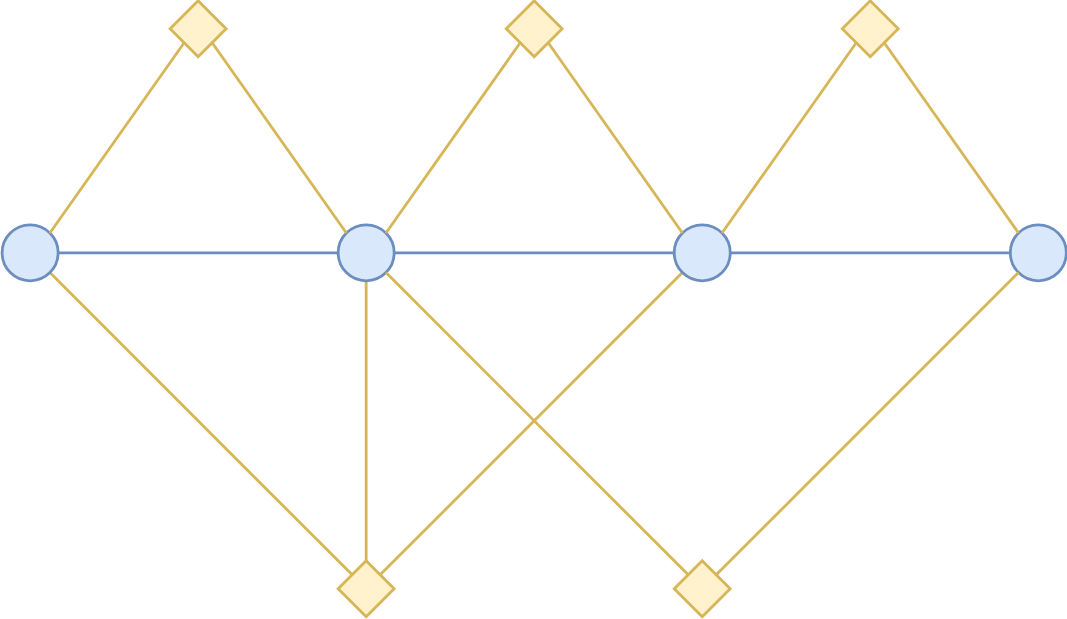
Above: source/images/homeomorphic-graph.svg in IshitaTakeshi/ishitatakeshi.github.io (draw.io), before the change. Source tidied: cells renumbered, new cells last; positions are measured from the earlier drawing's top-left corner, leaving out a move shared by most shapes.
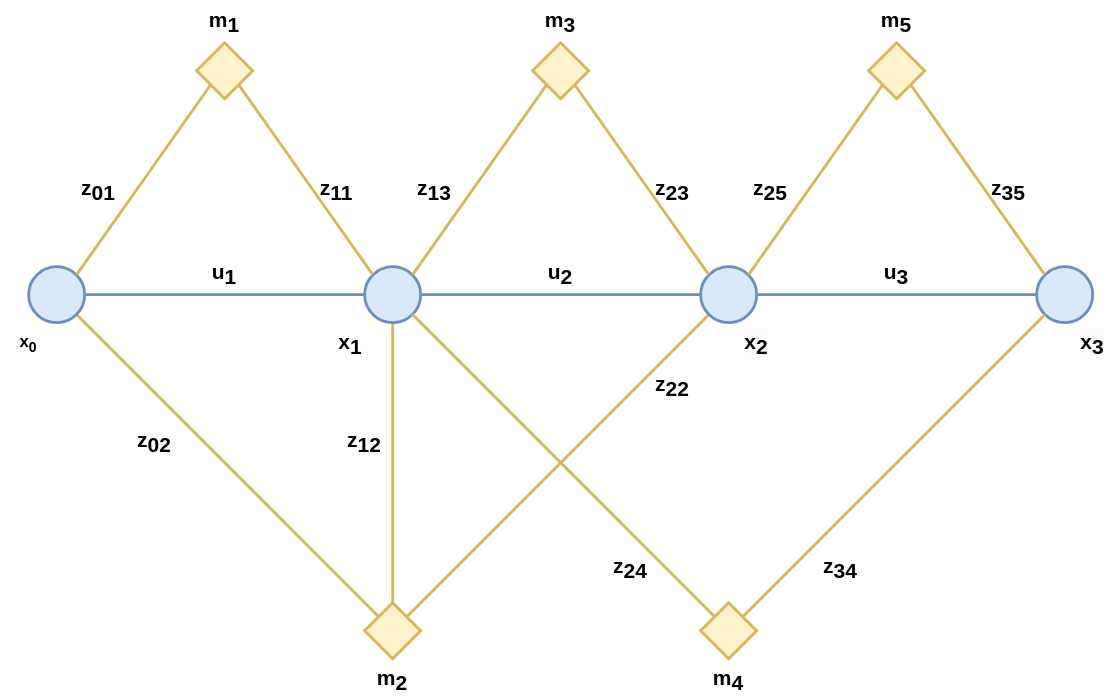
Later version of the same file.

Commit message:
Add notation to the graph

The edit, as a diff of the source:
```diff
@@ -2,74 +2,143 @@
   <root>
     <mxCell id="0" />
     <mxCell id="1" parent="0" />
-    <mxCell id="2" style="edgeStyle=none;rounded=0;jettySize=auto;html=1;exitX=1;exitY=0.5;exitDx=0;exitDy=0;entryX=0;entryY=0.5;entryDx=0;entryDy=0;startArrow=none;startFill=0;endArrow=none;endFill=0;fillColor=#dae8fc;strokeColor=#6c8ebf;strokeWidth=2;" parent="1" edge="1" source="4" target="10">
+    <mxCell id="2" style="edgeStyle=none;rounded=0;jettySize=auto;html=1;exitX=1;exitY=0.5;exitDx=0;exitDy=0;entryX=0;entryY=0.5;entryDx=0;entryDy=0;startArrow=none;startFill=0;endArrow=none;endFill=0;fillColor=#dae8fc;strokeColor=#6c8ebf;strokeWidth=2;fontSize=15;" parent="1" edge="1" source="4" target="10">
       <mxGeometry relative="1" as="geometry" />
     </mxCell>
-    <mxCell id="3" style="edgeStyle=none;rounded=0;jettySize=auto;html=1;exitX=0.5;exitY=1;exitDx=0;exitDy=0;entryX=0.5;entryY=0;entryDx=0;entryDy=0;endArrow=none;endFill=0;fillColor=#fff2cc;strokeColor=#d6b656;strokeWidth=2;" parent="1" edge="1" source="4" target="24">
+    <mxCell id="3" style="edgeStyle=none;rounded=0;jettySize=auto;html=1;exitX=0.5;exitY=1;exitDx=0;exitDy=0;entryX=0.5;entryY=0;entryDx=0;entryDy=0;endArrow=none;endFill=0;fillColor=#fff2cc;strokeColor=#d6b656;strokeWidth=2;fontSize=15;" parent="1" edge="1" source="4" target="24">
       <mxGeometry relative="1" as="geometry" />
     </mxCell>
-    <mxCell id="4" style="ellipse;whiteSpace=wrap;html=1;fillColor=#dae8fc;strokeColor=#6c8ebf;strokeWidth=2;" parent="1" vertex="1">
+    <mxCell id="4" style="ellipse;whiteSpace=wrap;html=1;fillColor=#dae8fc;strokeColor=#6c8ebf;strokeWidth=2;fontSize=15;" parent="1" vertex="1">
       <mxGeometry x="240" y="160" width="40" height="40" as="geometry" />
     </mxCell>
-    <mxCell id="5" style="edgeStyle=none;rounded=0;jettySize=auto;html=1;exitX=1;exitY=0.5;exitDx=0;exitDy=0;entryX=0;entryY=0.5;entryDx=0;entryDy=0;startArrow=none;startFill=0;endArrow=none;endFill=0;fillColor=#dae8fc;strokeColor=#6c8ebf;strokeWidth=2;" parent="1" edge="1" source="7" target="4">
+    <mxCell id="5" style="edgeStyle=none;rounded=0;jettySize=auto;html=1;exitX=1;exitY=0.5;exitDx=0;exitDy=0;entryX=0;entryY=0.5;entryDx=0;entryDy=0;startArrow=none;startFill=0;endArrow=none;endFill=0;fillColor=#dae8fc;strokeColor=#6c8ebf;strokeWidth=2;fontSize=15;" parent="1" edge="1" source="7" target="4">
       <mxGeometry relative="1" as="geometry" />
     </mxCell>
-    <mxCell id="6" style="rounded=0;jettySize=auto;html=1;exitX=1;exitY=1;exitDx=0;exitDy=0;entryX=0;entryY=0;entryDx=0;entryDy=0;endArrow=none;endFill=0;fillColor=#fff2cc;strokeColor=#d6b656;strokeWidth=2;" parent="1" edge="1" source="7" target="24">
+    <mxCell id="6" style="rounded=0;jettySize=auto;html=1;exitX=1;exitY=1;exitDx=0;exitDy=0;entryX=0;entryY=0;entryDx=0;entryDy=0;endArrow=none;endFill=0;fillColor=#fff2cc;strokeColor=#d6b656;strokeWidth=2;fontSize=15;" parent="1" edge="1" source="7" target="24">
       <mxGeometry relative="1" as="geometry" />
     </mxCell>
-    <mxCell id="7" style="ellipse;whiteSpace=wrap;html=1;fillColor=#dae8fc;strokeColor=#6c8ebf;strokeWidth=2;" parent="1" vertex="1">
+    <mxCell id="7" style="ellipse;whiteSpace=wrap;html=1;fillColor=#dae8fc;strokeColor=#6c8ebf;strokeWidth=2;fontSize=15;" parent="1" vertex="1">
       <mxGeometry y="160" width="40" height="40" as="geometry" />
     </mxCell>
-    <mxCell id="8" style="rounded=0;jettySize=auto;html=1;entryX=0;entryY=0.5;entryDx=0;entryDy=0;endArrow=none;endFill=0;startArrow=none;startFill=0;exitX=1;exitY=0.5;exitDx=0;exitDy=0;fillColor=#dae8fc;strokeColor=#6c8ebf;strokeWidth=2;" parent="1" edge="1" source="10" target="11">
+    <mxCell id="8" style="rounded=0;jettySize=auto;html=1;entryX=0;entryY=0.5;entryDx=0;entryDy=0;endArrow=none;endFill=0;startArrow=none;startFill=0;exitX=1;exitY=0.5;exitDx=0;exitDy=0;fillColor=#dae8fc;strokeColor=#6c8ebf;strokeWidth=2;fontSize=15;" parent="1" edge="1" source="10" target="11">
       <mxGeometry relative="1" as="geometry" />
     </mxCell>
-    <mxCell id="9" style="edgeStyle=none;rounded=0;jettySize=auto;html=1;exitX=0;exitY=1;exitDx=0;exitDy=0;entryX=1;entryY=0;entryDx=0;entryDy=0;endArrow=none;endFill=0;fillColor=#fff2cc;strokeColor=#d6b656;strokeWidth=2;" parent="1" edge="1" source="10" target="24">
+    <mxCell id="9" style="edgeStyle=none;rounded=0;jettySize=auto;html=1;exitX=0;exitY=1;exitDx=0;exitDy=0;entryX=1;entryY=0;entryDx=0;entryDy=0;endArrow=none;endFill=0;fillColor=#fff2cc;strokeColor=#d6b656;strokeWidth=2;fontSize=15;" parent="1" edge="1" source="10" target="24">
       <mxGeometry relative="1" as="geometry" />
     </mxCell>
-    <mxCell id="10" style="ellipse;whiteSpace=wrap;html=1;fillColor=#dae8fc;strokeColor=#6c8ebf;strokeWidth=2;" parent="1" vertex="1">
+    <mxCell id="10" style="ellipse;whiteSpace=wrap;html=1;fillColor=#dae8fc;strokeColor=#6c8ebf;strokeWidth=2;fontSize=15;" parent="1" vertex="1">
       <mxGeometry x="480" y="160" width="40" height="40" as="geometry" />
     </mxCell>
-    <mxCell id="11" style="ellipse;whiteSpace=wrap;html=1;fillColor=#dae8fc;strokeColor=#6c8ebf;strokeWidth=2;" parent="1" vertex="1">
+    <mxCell id="11" style="ellipse;whiteSpace=wrap;html=1;fillColor=#dae8fc;strokeColor=#6c8ebf;strokeWidth=2;fontSize=15;" parent="1" vertex="1">
       <mxGeometry x="720" y="160" width="40" height="40" as="geometry" />
     </mxCell>
-    <mxCell id="12" style="edgeStyle=none;rounded=0;jettySize=auto;html=1;exitX=1;exitY=1;exitDx=0;exitDy=0;entryX=0;entryY=0;entryDx=0;entryDy=0;startArrow=none;startFill=0;endArrow=none;endFill=0;fillColor=#fff2cc;strokeColor=#d6b656;strokeWidth=2;" parent="1" edge="1" source="13" target="4">
+    <mxCell id="12" style="edgeStyle=none;rounded=0;jettySize=auto;html=1;exitX=1;exitY=1;exitDx=0;exitDy=0;entryX=0;entryY=0;entryDx=0;entryDy=0;startArrow=none;startFill=0;endArrow=none;endFill=0;fillColor=#fff2cc;strokeColor=#d6b656;strokeWidth=2;fontSize=15;" parent="1" edge="1" source="13" target="4">
       <mxGeometry relative="1" as="geometry" />
     </mxCell>
-    <mxCell id="13" style="rhombus;whiteSpace=wrap;html=1;fillColor=#fff2cc;strokeColor=#d6b656;strokeWidth=2;" parent="1" vertex="1">
+    <mxCell id="13" style="rhombus;whiteSpace=wrap;html=1;fillColor=#fff2cc;strokeColor=#d6b656;strokeWidth=2;fontSize=15;" parent="1" vertex="1">
       <mxGeometry x="120" width="40" height="40" as="geometry" />
     </mxCell>
-    <mxCell id="14" style="endArrow=none;html=1;rounded=0;exitX=1;exitY=0;exitDx=0;exitDy=0;entryX=0;entryY=1;entryDx=0;entryDy=0;fillColor=#fff2cc;strokeColor=#d6b656;strokeWidth=2;" parent="1" edge="1" source="7" target="13">
+    <mxCell id="14" style="endArrow=none;html=1;rounded=0;exitX=1;exitY=0;exitDx=0;exitDy=0;entryX=0;entryY=1;entryDx=0;entryDy=0;fillColor=#fff2cc;strokeColor=#d6b656;strokeWidth=2;fontSize=15;" parent="1" edge="1" source="7" target="13">
       <mxGeometry relative="1" as="geometry" />
     </mxCell>
-    <mxCell id="15" style="rhombus;whiteSpace=wrap;html=1;fillColor=#fff2cc;strokeColor=#d6b656;strokeWidth=2;" parent="1" vertex="1">
+    <mxCell id="15" style="rhombus;whiteSpace=wrap;html=1;fillColor=#fff2cc;strokeColor=#d6b656;strokeWidth=2;fontSize=15;" parent="1" vertex="1">
       <mxGeometry x="480" y="400" width="40" height="40" as="geometry" />
     </mxCell>
-    <mxCell id="16" style="endArrow=none;html=1;rounded=0;entryX=0;entryY=0;entryDx=0;entryDy=0;exitX=1;exitY=1;exitDx=0;exitDy=0;fillColor=#fff2cc;strokeColor=#d6b656;strokeWidth=2;" parent="1" edge="1" source="4" target="15">
+    <mxCell id="16" style="endArrow=none;html=1;rounded=0;entryX=0;entryY=0;entryDx=0;entryDy=0;exitX=1;exitY=1;exitDx=0;exitDy=0;fillColor=#fff2cc;strokeColor=#d6b656;strokeWidth=2;fontSize=15;" parent="1" edge="1" source="4" target="15">
       <mxGeometry relative="1" as="geometry" />
     </mxCell>
-    <mxCell id="17" style="endArrow=none;html=1;rounded=0;entryX=0;entryY=1;entryDx=0;entryDy=0;exitX=1;exitY=0;exitDx=0;exitDy=0;fillColor=#fff2cc;strokeColor=#d6b656;strokeWidth=2;" parent="1" edge="1" source="15" target="11">
+    <mxCell id="17" style="endArrow=none;html=1;rounded=0;entryX=0;entryY=1;entryDx=0;entryDy=0;exitX=1;exitY=0;exitDx=0;exitDy=0;fillColor=#fff2cc;strokeColor=#d6b656;strokeWidth=2;fontSize=15;" parent="1" edge="1" source="15" target="11">
       <mxGeometry relative="1" as="geometry" />
     </mxCell>
-    <mxCell id="18" style="edgeStyle=none;rounded=0;jettySize=auto;html=1;exitX=1;exitY=1;exitDx=0;exitDy=0;entryX=0;entryY=0;entryDx=0;entryDy=0;startArrow=none;startFill=0;endArrow=none;endFill=0;fillColor=#fff2cc;strokeColor=#d6b656;strokeWidth=2;" parent="1" edge="1" source="19" target="10">
+    <mxCell id="18" style="edgeStyle=none;rounded=0;jettySize=auto;html=1;exitX=1;exitY=1;exitDx=0;exitDy=0;entryX=0;entryY=0;entryDx=0;entryDy=0;startArrow=none;startFill=0;endArrow=none;endFill=0;fillColor=#fff2cc;strokeColor=#d6b656;strokeWidth=2;fontSize=15;" parent="1" edge="1" source="19" target="10">
       <mxGeometry relative="1" as="geometry" />
     </mxCell>
-    <mxCell id="19" style="rhombus;whiteSpace=wrap;html=1;fillColor=#fff2cc;strokeColor=#d6b656;strokeWidth=2;" parent="1" vertex="1">
+    <mxCell id="19" style="rhombus;whiteSpace=wrap;html=1;fillColor=#fff2cc;strokeColor=#d6b656;strokeWidth=2;fontSize=15;" parent="1" vertex="1">
       <mxGeometry x="360" width="40" height="40" as="geometry" />
     </mxCell>
-    <mxCell id="20" style="endArrow=none;html=1;rounded=0;entryX=0;entryY=1;entryDx=0;entryDy=0;exitX=1;exitY=0;exitDx=0;exitDy=0;fillColor=#fff2cc;strokeColor=#d6b656;strokeWidth=2;" parent="1" edge="1" source="4" target="19">
+    <mxCell id="20" style="endArrow=none;html=1;rounded=0;entryX=0;entryY=1;entryDx=0;entryDy=0;exitX=1;exitY=0;exitDx=0;exitDy=0;fillColor=#fff2cc;strokeColor=#d6b656;strokeWidth=2;fontSize=15;" parent="1" edge="1" source="4" target="19">
       <mxGeometry relative="1" as="geometry" />
     </mxCell>
-    <mxCell id="21" style="edgeStyle=none;rounded=0;jettySize=auto;html=1;exitX=1;exitY=1;exitDx=0;exitDy=0;entryX=0;entryY=0;entryDx=0;entryDy=0;startArrow=none;startFill=0;endArrow=none;endFill=0;fillColor=#fff2cc;strokeColor=#d6b656;strokeWidth=2;" parent="1" edge="1" source="22" target="11">
+    <mxCell id="21" style="edgeStyle=none;rounded=0;jettySize=auto;html=1;exitX=1;exitY=1;exitDx=0;exitDy=0;entryX=0;entryY=0;entryDx=0;entryDy=0;startArrow=none;startFill=0;endArrow=none;endFill=0;fillColor=#fff2cc;strokeColor=#d6b656;strokeWidth=2;fontSize=15;" parent="1" edge="1" source="22" target="11">
       <mxGeometry relative="1" as="geometry" />
     </mxCell>
-    <mxCell id="22" style="rhombus;whiteSpace=wrap;html=1;fillColor=#fff2cc;strokeColor=#d6b656;strokeWidth=2;" parent="1" vertex="1">
+    <mxCell id="22" style="rhombus;whiteSpace=wrap;html=1;fillColor=#fff2cc;strokeColor=#d6b656;strokeWidth=2;fontSize=15;" parent="1" vertex="1">
       <mxGeometry x="600" width="40" height="40" as="geometry" />
     </mxCell>
-    <mxCell id="23" style="endArrow=none;html=1;rounded=0;entryX=0;entryY=1;entryDx=0;entryDy=0;exitX=1;exitY=0;exitDx=0;exitDy=0;fillColor=#fff2cc;strokeColor=#d6b656;strokeWidth=2;" parent="1" edge="1" source="10" target="22">
+    <mxCell id="23" style="endArrow=none;html=1;rounded=0;entryX=0;entryY=1;entryDx=0;entryDy=0;exitX=1;exitY=0;exitDx=0;exitDy=0;fillColor=#fff2cc;strokeColor=#d6b656;strokeWidth=2;fontSize=15;" parent="1" edge="1" source="10" target="22">
       <mxGeometry relative="1" as="geometry" />
     </mxCell>
-    <mxCell id="24" style="rhombus;whiteSpace=wrap;html=1;fillColor=#fff2cc;strokeColor=#d6b656;strokeWidth=2;" parent="1" vertex="1">
+    <mxCell id="24" style="rhombus;whiteSpace=wrap;html=1;fillColor=#fff2cc;strokeColor=#d6b656;strokeWidth=2;fontSize=15;" parent="1" vertex="1">
       <mxGeometry x="240" y="400" width="40" height="40" as="geometry" />
     </mxCell>
+    <mxCell id="25" value="&lt;b&gt;x&lt;sub&gt;0&lt;/sub&gt;&lt;/b&gt;" style="text;html=1;strokeColor=none;fillColor=none;align=center;verticalAlign=middle;whiteSpace=wrap;rounded=0;" parent="1" vertex="1">
+      <mxGeometry x="-20" y="200" width="40" height="30" as="geometry" />
+    </mxCell>
+    <mxCell id="26" value="&lt;b style=&quot;font-size: 15px;&quot;&gt;x&lt;sub style=&quot;font-size: 15px;&quot;&gt;1&lt;/sub&gt;&lt;/b&gt;" style="text;html=1;strokeColor=none;fillColor=none;align=center;verticalAlign=middle;whiteSpace=wrap;rounded=0;fontSize=15;" parent="1" vertex="1">
+      <mxGeometry x="210" y="200" width="40" height="30" as="geometry" />
+    </mxCell>
+    <mxCell id="27" value="&lt;b style=&quot;border-color: var(--border-color); color: rgb(0, 0, 0); font-family: Helvetica; font-size: 15px; font-style: normal; font-variant-ligatures: normal; font-variant-caps: normal; letter-spacing: normal; orphans: 2; text-align: center; text-indent: 0px; text-transform: none; widows: 2; word-spacing: 0px; -webkit-text-stroke-width: 0px; background-color: rgb(251, 251, 251); text-decoration-thickness: initial; text-decoration-style: initial; text-decoration-color: initial;&quot;&gt;x&lt;sub style=&quot;border-color: var(--border-color); font-size: 15px;&quot;&gt;2&lt;/sub&gt;&lt;/b&gt;" style="text;html=1;strokeColor=none;fillColor=none;align=center;verticalAlign=middle;whiteSpace=wrap;rounded=0;fontSize=15;" parent="1" vertex="1">
+      <mxGeometry x="500" y="200" width="40" height="30" as="geometry" />
+    </mxCell>
+    <mxCell id="28" value="&lt;b style=&quot;border-color: var(--border-color); color: rgb(0, 0, 0); font-family: Helvetica; font-size: 15px; font-style: normal; font-variant-ligatures: normal; font-variant-caps: normal; letter-spacing: normal; orphans: 2; text-align: center; text-indent: 0px; text-transform: none; widows: 2; word-spacing: 0px; -webkit-text-stroke-width: 0px; background-color: rgb(251, 251, 251); text-decoration-thickness: initial; text-decoration-style: initial; text-decoration-color: initial;&quot;&gt;x&lt;sub style=&quot;border-color: var(--border-color); font-size: 15px;&quot;&gt;3&lt;/sub&gt;&lt;/b&gt;" style="text;html=1;strokeColor=none;fillColor=none;align=center;verticalAlign=middle;whiteSpace=wrap;rounded=0;fontSize=15;" parent="1" vertex="1">
+      <mxGeometry x="740" y="200" width="40" height="30" as="geometry" />
+    </mxCell>
+    <mxCell id="29" value="&lt;b style=&quot;font-size: 15px;&quot;&gt;m&lt;sub style=&quot;font-size: 15px;&quot;&gt;1&lt;/sub&gt;&lt;/b&gt;" style="text;html=1;strokeColor=none;fillColor=none;align=center;verticalAlign=middle;whiteSpace=wrap;rounded=0;fontSize=15;" parent="1" vertex="1">
+      <mxGeometry x="120" y="-30" width="40" height="30" as="geometry" />
+    </mxCell>
+    <mxCell id="30" value="&lt;b style=&quot;font-size: 15px;&quot;&gt;m&lt;sub style=&quot;font-size: 15px;&quot;&gt;2&lt;/sub&gt;&lt;/b&gt;" style="text;html=1;strokeColor=none;fillColor=none;align=center;verticalAlign=middle;whiteSpace=wrap;rounded=0;fontSize=15;" parent="1" vertex="1">
+      <mxGeometry x="240" y="440" width="40" height="30" as="geometry" />
+    </mxCell>
+    <mxCell id="31" value="&lt;b style=&quot;font-size: 15px;&quot;&gt;m&lt;sub style=&quot;font-size: 15px;&quot;&gt;3&lt;/sub&gt;&lt;/b&gt;" style="text;html=1;strokeColor=none;fillColor=none;align=center;verticalAlign=middle;whiteSpace=wrap;rounded=0;fontSize=15;" parent="1" vertex="1">
+      <mxGeometry x="360" y="-30" width="40" height="30" as="geometry" />
+    </mxCell>
+    <mxCell id="32" value="&lt;b style=&quot;font-size: 15px;&quot;&gt;m&lt;sub style=&quot;font-size: 15px;&quot;&gt;4&lt;/sub&gt;&lt;/b&gt;" style="text;html=1;strokeColor=none;fillColor=none;align=center;verticalAlign=middle;whiteSpace=wrap;rounded=0;fontSize=15;" parent="1" vertex="1">
+      <mxGeometry x="480" y="440" width="40" height="30" as="geometry" />
+    </mxCell>
+    <mxCell id="33" value="&lt;b style=&quot;font-size: 15px;&quot;&gt;m&lt;sub style=&quot;font-size: 15px;&quot;&gt;5&lt;/sub&gt;&lt;/b&gt;" style="text;html=1;strokeColor=none;fillColor=none;align=center;verticalAlign=middle;whiteSpace=wrap;rounded=0;fontSize=15;" parent="1" vertex="1">
+      <mxGeometry x="600" y="-30" width="40" height="30" as="geometry" />
+    </mxCell>
+    <mxCell id="34" value="&lt;b style=&quot;font-size: 15px;&quot;&gt;z&lt;sub style=&quot;font-size: 15px;&quot;&gt;01&lt;/sub&gt;&lt;/b&gt;" style="text;html=1;strokeColor=none;fillColor=none;align=center;verticalAlign=middle;whiteSpace=wrap;rounded=0;fontSize=15;" parent="1" vertex="1">
+      <mxGeometry x="30" y="90" width="40" height="30" as="geometry" />
+    </mxCell>
+    <mxCell id="35" value="&lt;b style=&quot;font-size: 15px;&quot;&gt;z&lt;sub style=&quot;font-size: 15px;&quot;&gt;11&lt;/sub&gt;&lt;/b&gt;" style="text;html=1;strokeColor=none;fillColor=none;align=center;verticalAlign=middle;whiteSpace=wrap;rounded=0;fontSize=15;" parent="1" vertex="1">
+      <mxGeometry x="200" y="90" width="40" height="30" as="geometry" />
+    </mxCell>
+    <mxCell id="36" value="&lt;b style=&quot;font-size: 15px;&quot;&gt;z&lt;sub style=&quot;font-size: 15px;&quot;&gt;02&lt;/sub&gt;&lt;/b&gt;" style="text;html=1;strokeColor=none;fillColor=none;align=center;verticalAlign=middle;whiteSpace=wrap;rounded=0;fontSize=15;" parent="1" vertex="1">
+      <mxGeometry x="70" y="270" width="40" height="30" as="geometry" />
+    </mxCell>
+    <mxCell id="37" value="&lt;b style=&quot;font-size: 15px;&quot;&gt;z&lt;sub style=&quot;font-size: 15px;&quot;&gt;12&lt;/sub&gt;&lt;/b&gt;" style="text;html=1;strokeColor=none;fillColor=none;align=center;verticalAlign=middle;whiteSpace=wrap;rounded=0;fontSize=15;" parent="1" vertex="1">
+      <mxGeometry x="220" y="270" width="40" height="30" as="geometry" />
+    </mxCell>
+    <mxCell id="38" value="&lt;b style=&quot;font-size: 15px;&quot;&gt;z&lt;sub style=&quot;font-size: 15px;&quot;&gt;22&lt;/sub&gt;&lt;/b&gt;" style="text;html=1;strokeColor=none;fillColor=none;align=center;verticalAlign=middle;whiteSpace=wrap;rounded=0;fontSize=15;" parent="1" vertex="1">
+      <mxGeometry x="440" y="230" width="40" height="30" as="geometry" />
+    </mxCell>
+    <mxCell id="39" value="&lt;b style=&quot;font-size: 15px;&quot;&gt;z&lt;sub style=&quot;font-size: 15px;&quot;&gt;24&lt;/sub&gt;&lt;/b&gt;" style="text;html=1;strokeColor=none;fillColor=none;align=center;verticalAlign=middle;whiteSpace=wrap;rounded=0;fontSize=15;" parent="1" vertex="1">
+      <mxGeometry x="410" y="360" width="40" height="30" as="geometry" />
+    </mxCell>
+    <mxCell id="40" value="&lt;b style=&quot;font-size: 15px;&quot;&gt;z&lt;sub style=&quot;font-size: 15px;&quot;&gt;34&lt;/sub&gt;&lt;/b&gt;" style="text;html=1;strokeColor=none;fillColor=none;align=center;verticalAlign=middle;whiteSpace=wrap;rounded=0;fontSize=15;" parent="1" vertex="1">
+      <mxGeometry x="560" y="360" width="40" height="30" as="geometry" />
+    </mxCell>
+    <mxCell id="41" value="&lt;b style=&quot;font-size: 15px;&quot;&gt;z&lt;sub style=&quot;font-size: 15px;&quot;&gt;13&lt;/sub&gt;&lt;/b&gt;" style="text;html=1;strokeColor=none;fillColor=none;align=center;verticalAlign=middle;whiteSpace=wrap;rounded=0;fontSize=15;" parent="1" vertex="1">
+      <mxGeometry x="270" y="90" width="40" height="30" as="geometry" />
+    </mxCell>
+    <mxCell id="42" value="&lt;b style=&quot;font-size: 15px;&quot;&gt;z&lt;sub style=&quot;font-size: 15px;&quot;&gt;23&lt;/sub&gt;&lt;/b&gt;" style="text;html=1;strokeColor=none;fillColor=none;align=center;verticalAlign=middle;whiteSpace=wrap;rounded=0;fontSize=15;" parent="1" vertex="1">
+      <mxGeometry x="440" y="90" width="40" height="30" as="geometry" />
+    </mxCell>
+    <mxCell id="43" value="&lt;b style=&quot;font-size: 15px;&quot;&gt;z&lt;sub style=&quot;font-size: 15px;&quot;&gt;25&lt;/sub&gt;&lt;/b&gt;" style="text;html=1;strokeColor=none;fillColor=none;align=center;verticalAlign=middle;whiteSpace=wrap;rounded=0;fontSize=15;" parent="1" vertex="1">
+      <mxGeometry x="510" y="90" width="40" height="30" as="geometry" />
+    </mxCell>
+    <mxCell id="44" value="&lt;b style=&quot;font-size: 15px;&quot;&gt;z&lt;sub style=&quot;font-size: 15px;&quot;&gt;35&lt;/sub&gt;&lt;/b&gt;" style="text;html=1;strokeColor=none;fillColor=none;align=center;verticalAlign=middle;whiteSpace=wrap;rounded=0;fontSize=15;" parent="1" vertex="1">
+      <mxGeometry x="680" y="90" width="40" height="30" as="geometry" />
+    </mxCell>
+    <mxCell id="45" value="&lt;b style=&quot;font-size: 15px;&quot;&gt;u&lt;sub style=&quot;font-size: 15px;&quot;&gt;1&lt;/sub&gt;&lt;/b&gt;" style="text;html=1;strokeColor=none;fillColor=none;align=center;verticalAlign=middle;whiteSpace=wrap;rounded=0;fontSize=15;" parent="1" vertex="1">
+      <mxGeometry x="120" y="150" width="40" height="30" as="geometry" />
+    </mxCell>
+    <mxCell id="46" value="&lt;b style=&quot;font-size: 15px;&quot;&gt;u&lt;sub style=&quot;font-size: 15px;&quot;&gt;2&lt;/sub&gt;&lt;/b&gt;" style="text;html=1;strokeColor=none;fillColor=none;align=center;verticalAlign=middle;whiteSpace=wrap;rounded=0;fontSize=15;" parent="1" vertex="1">
+      <mxGeometry x="360" y="150" width="40" height="30" as="geometry" />
+    </mxCell>
+    <mxCell id="47" value="&lt;b style=&quot;font-size: 15px;&quot;&gt;u&lt;sub style=&quot;font-size: 15px;&quot;&gt;3&lt;/sub&gt;&lt;/b&gt;" style="text;html=1;strokeColor=none;fillColor=none;align=center;verticalAlign=middle;whiteSpace=wrap;rounded=0;fontSize=15;" parent="1" vertex="1">
+      <mxGeometry x="600" y="150" width="40" height="30" as="geometry" />
+    </mxCell>
   </root>
 </mxGraphModel>
```
